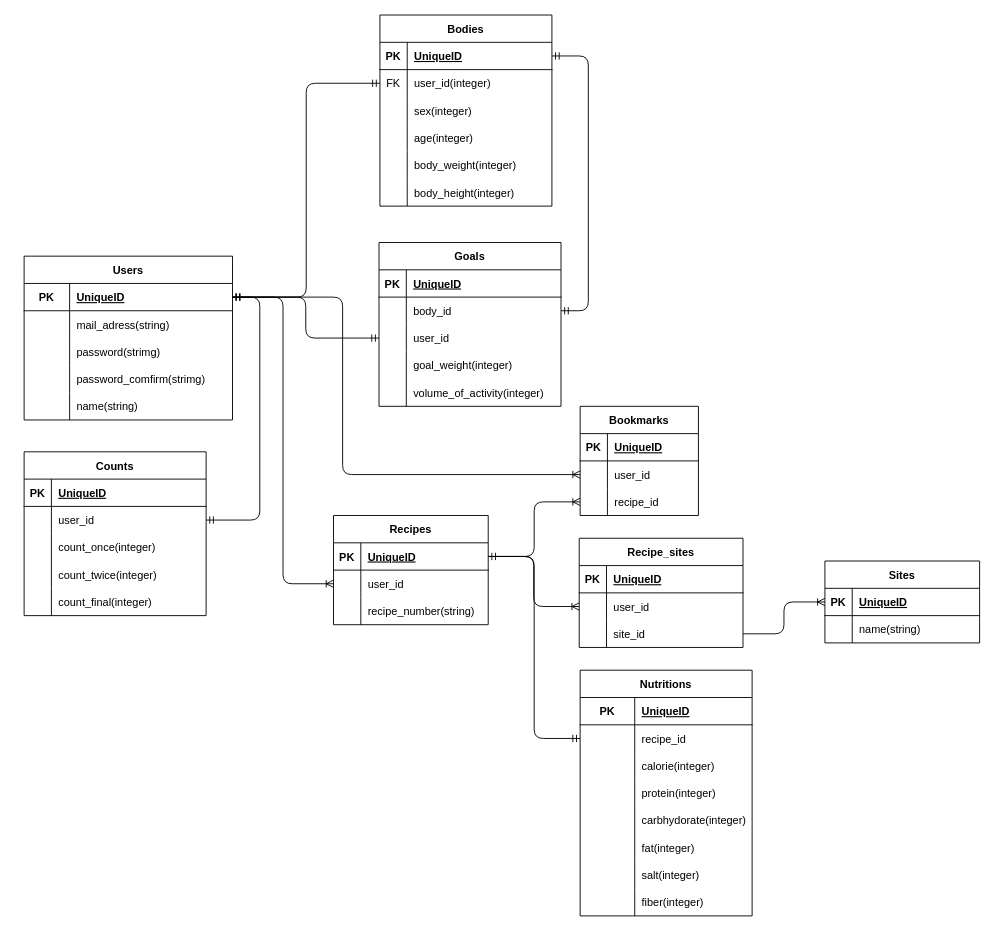
This is slatrition.drawio from shinotaku1997/slatrition, a draw.io file, before an edit. Source tidied: cells renumbered, new cells numbered last; positions are measured from the earlier drawing's top-left corner, leaving out a move shared by most shapes. Both pictures are drawn from the tidied source at 91%, with x=0, y=0 at pixel (24, 15).
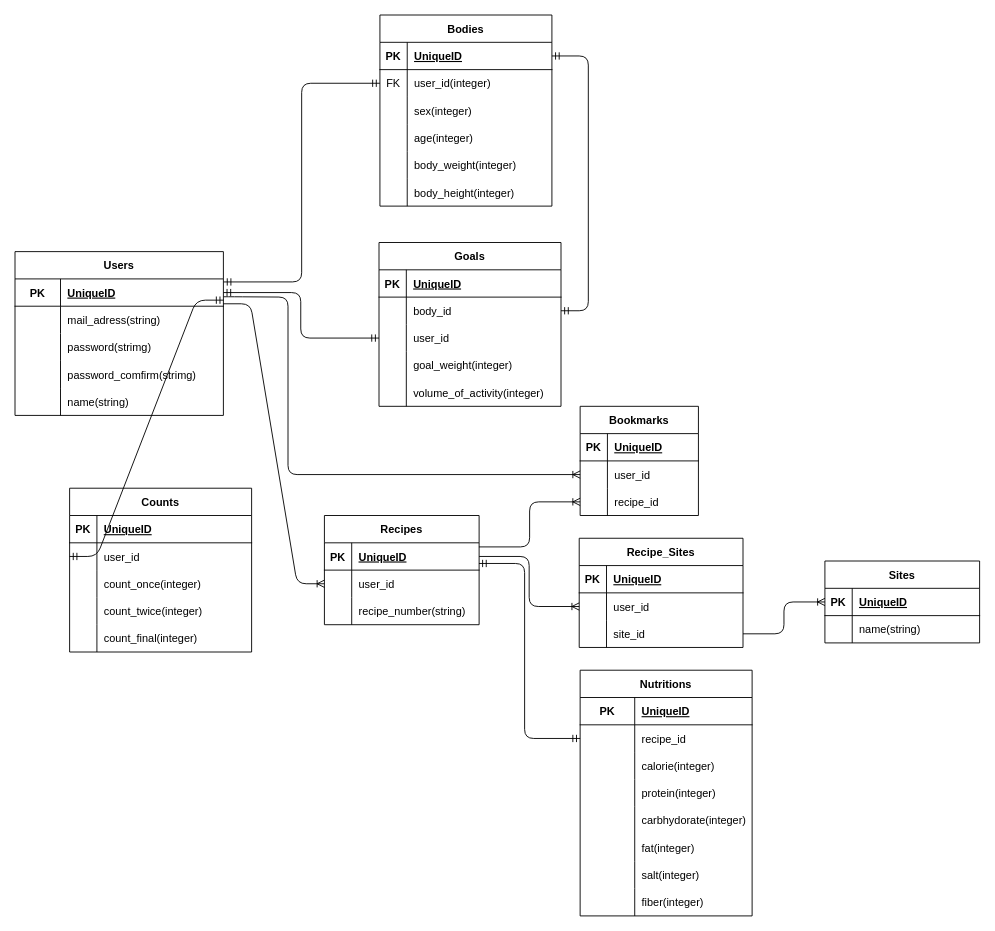
The same page after the edit.

Commit message:
キャメルケースに修正

Unchanged cells that the change refers to:
```xml
<mxCell id="3" style="shape=tableRow;horizontal=0;startSize=0;swimlaneHead=0;swimlaneBody=0;fillColor=none;points=[[0,0.5],[1,0.5]];portConstraint=eastwest;top=0;left=0;right=0;bottom=1;" parent="2" vertex="1">
  <mxGeometry y="30" width="229" height="30" as="geometry" />
</mxCell>
<mxCell id="22" style="shape=tableRow;horizontal=0;startSize=0;swimlaneHead=0;swimlaneBody=0;fillColor=none;points=[[0,0.5],[1,0.5]];portConstraint=eastwest;top=0;left=0;right=0;bottom=0;" parent="18" vertex="1">
  <mxGeometry y="60" width="189" height="30" as="geometry" />
</mxCell>
<mxCell id="41" style="shape=tableRow;horizontal=0;startSize=0;swimlaneHead=0;swimlaneBody=0;fillColor=none;points=[[0,0.5],[1,0.5]];portConstraint=eastwest;top=0;left=0;right=0;bottom=0;" parent="37" vertex="1">
  <mxGeometry y="60" width="130" height="30" as="geometry" />
</mxCell>
<mxCell id="44" style="shape=tableRow;horizontal=0;startSize=0;swimlaneHead=0;swimlaneBody=0;fillColor=none;points=[[0,0.5],[1,0.5]];portConstraint=eastwest;top=0;left=0;right=0;bottom=0;" parent="37" vertex="1">
  <mxGeometry y="90" width="130" height="30" as="geometry" />
</mxCell>
<mxCell id="54" style="shape=tableRow;horizontal=0;startSize=0;swimlaneHead=0;swimlaneBody=0;fillColor=none;points=[[0,0.5],[1,0.5]];portConstraint=eastwest;top=0;left=0;right=0;bottom=0;" parent="47" vertex="1">
  <mxGeometry y="90" width="200" height="30" as="geometry" />
</mxCell>
<mxCell id="64" style="shape=tableRow;horizontal=0;startSize=0;swimlaneHead=0;swimlaneBody=0;fillColor=none;points=[[0,0.5],[1,0.5]];portConstraint=eastwest;top=0;left=0;right=0;bottom=1;" parent="63" vertex="1">
  <mxGeometry y="30" width="170" height="30" as="geometry" />
</mxCell>
<mxCell id="67" style="shape=tableRow;horizontal=0;startSize=0;swimlaneHead=0;swimlaneBody=0;fillColor=none;points=[[0,0.5],[1,0.5]];portConstraint=eastwest;top=0;left=0;right=0;bottom=0;" parent="63" vertex="1">
  <mxGeometry y="60" width="170" height="30" as="geometry" />
</mxCell>
<mxCell id="77" style="shape=tableRow;horizontal=0;startSize=0;swimlaneHead=0;swimlaneBody=0;fillColor=none;points=[[0,0.5],[1,0.5]];portConstraint=eastwest;top=0;left=0;right=0;bottom=0;" parent="73" vertex="1">
  <mxGeometry y="60" width="200" height="30" as="geometry" />
</mxCell>
<mxCell id="93" style="shape=tableRow;horizontal=0;startSize=0;swimlaneHead=0;swimlaneBody=0;fillColor=none;points=[[0,0.5],[1,0.5]];portConstraint=eastwest;top=0;left=0;right=0;bottom=0;" parent="89" vertex="1">
  <mxGeometry y="60" width="189" height="30" as="geometry" />
</mxCell>
<mxCell id="132" style="shape=tableRow;horizontal=0;startSize=0;swimlaneHead=0;swimlaneBody=0;fillColor=none;points=[[0,0.5],[1,0.5]];portConstraint=eastwest;top=0;left=0;right=0;bottom=0;" parent="128" vertex="1">
  <mxGeometry y="60" width="180" height="30" as="geometry" />
</mxCell>
```

Change to the diagram source:
```diff
@@
     <mxCell id="2" value="Users" style="shape=table;startSize=30;childLayout=tableLayout;rowLines=0;fontStyle=1;align=center;" parent="1" vertex="1">
-      <mxGeometry y="265" width="229" height="180" as="geometry" />
+      <mxGeometry x="-10" y="260" width="229" height="180" as="geometry" />
     </mxCell>
@@
     <mxCell id="63" value="Recipes" style="shape=table;startSize=30;childLayout=tableLayout;rowLines=0;fontStyle=1;align=center;" parent="1" vertex="1">
-      <mxGeometry x="340" y="550" width="170" height="120" as="geometry" />
+      <mxGeometry x="330" y="550" width="170" height="120" as="geometry" />
     </mxCell>
@@
     <mxCell id="73" value="Counts" style="shape=table;startSize=30;childLayout=tableLayout;rowLines=0;fontStyle=1;align=center;" parent="1" vertex="1">
-      <mxGeometry y="480" width="200" height="180" as="geometry" />
+      <mxGeometry x="50" y="520" width="200" height="180" as="geometry" />
     </mxCell>
@@
-    <mxCell id="121" style="edgeStyle=entityRelationEdgeStyle;fontSize=12;html=1;endArrow=ERmandOne;startArrow=ERmandOne;exitX=1;exitY=0.5;exitDx=0;exitDy=0;" parent="1" edge="1" source="77" target="3">
+    <mxCell id="121" style="edgeStyle=entityRelationEdgeStyle;fontSize=12;html=1;endArrow=ERmandOne;startArrow=ERmandOne;exitX=0;exitY=0.5;exitDx=0;exitDy=0;entryX=1.001;entryY=0.778;entryDx=0;entryDy=0;entryPerimeter=0;" parent="1" edge="1" source="77" target="3">
       <mxGeometry relative="1" as="geometry" />
     </mxCell>
-    <mxCell id="122" style="edgeStyle=orthogonalEdgeStyle;fontSize=12;html=1;endArrow=ERoneToMany;exitX=1;exitY=0.5;exitDx=0;exitDy=0;entryX=0;entryY=0.5;entryDx=0;entryDy=0;" parent="1" edge="1" source="3" target="67">
-      <mxGeometry relative="1" as="geometry" />
-    </mxCell>
-    <mxCell id="123" style="edgeStyle=orthogonalEdgeStyle;fontSize=12;html=1;endArrow=ERmandOne;startArrow=ERmandOne;exitX=1;exitY=0.5;exitDx=0;exitDy=0;entryX=0;entryY=0.5;entryDx=0;entryDy=0;" parent="1" edge="1" source="3" target="22">
+    <mxCell id="123" style="edgeStyle=orthogonalEdgeStyle;fontSize=12;html=1;endArrow=ERmandOne;startArrow=ERmandOne;entryX=0;entryY=0.5;entryDx=0;entryDy=0;exitX=1.001;exitY=0.111;exitDx=0;exitDy=0;exitPerimeter=0;" parent="1" edge="1" source="3" target="22">
       <mxGeometry relative="1" as="geometry" />
     </mxCell>
-    <mxCell id="124" style="edgeStyle=orthogonalEdgeStyle;fontSize=12;html=1;endArrow=ERmandOne;startArrow=ERmandOne;exitX=1;exitY=0.5;exitDx=0;exitDy=0;entryX=0;entryY=0.5;entryDx=0;entryDy=0;" parent="1" edge="1" source="3" target="54">
-      <mxGeometry relative="1" as="geometry" />
+    <mxCell id="124" style="edgeStyle=orthogonalEdgeStyle;fontSize=12;html=1;endArrow=ERmandOne;startArrow=ERmandOne;entryX=0;entryY=0.5;entryDx=0;entryDy=0;exitX=1;exitY=0.5;exitDx=0;exitDy=0;" parent="1" edge="1" source="3" target="54">
+      <mxGeometry relative="1" as="geometry">
+        <Array as="points">
+          <mxPoint x="304" y="305" />
+          <mxPoint x="304" y="355" />
+        </Array>
+      </mxGeometry>
     </mxCell>
@@
-    <mxCell id="126" style="edgeStyle=orthogonalEdgeStyle;fontSize=12;html=1;endArrow=ERmandOne;startArrow=ERmandOne;entryX=0;entryY=0.5;entryDx=0;entryDy=0;exitX=1;exitY=0.5;exitDx=0;exitDy=0;" parent="1" edge="1" source="64" target="93">
-      <mxGeometry relative="1" as="geometry" />
+    <mxCell id="126" style="edgeStyle=orthogonalEdgeStyle;fontSize=12;html=1;endArrow=ERmandOne;startArrow=ERmandOne;entryX=0;entryY=0.5;entryDx=0;entryDy=0;exitX=0.999;exitY=0.757;exitDx=0;exitDy=0;exitPerimeter=0;" parent="1" edge="1" source="64" target="93">
+      <mxGeometry relative="1" as="geometry">
+        <Array as="points">
+          <mxPoint x="550" y="603" />
+          <mxPoint x="550" y="795" />
+        </Array>
+      </mxGeometry>
     </mxCell>
-    <mxCell id="127" style="edgeStyle=orthogonalEdgeStyle;fontSize=12;html=1;endArrow=ERoneToMany;entryX=0;entryY=0.5;entryDx=0;entryDy=0;exitX=1;exitY=0.5;exitDx=0;exitDy=0;" parent="1" edge="1" source="64" target="132">
+    <mxCell id="127" style="edgeStyle=orthogonalEdgeStyle;fontSize=12;html=1;endArrow=ERoneToMany;entryX=0;entryY=0.5;entryDx=0;entryDy=0;" parent="1" edge="1" source="64" target="132">
       <mxGeometry relative="1" as="geometry" />
     </mxCell>
-    <mxCell id="128" value="Recipe_sites" style="shape=table;startSize=30;childLayout=tableLayout;rowLines=0;fontStyle=1;align=center;" parent="1" vertex="1">
+    <mxCell id="128" value="Recipe_Sites" style="shape=table;startSize=30;childLayout=tableLayout;rowLines=0;fontStyle=1;align=center;" parent="1" vertex="1">
       <mxGeometry x="610" y="575" width="180" height="120" as="geometry" />
     </mxCell>
@@
-    <mxCell id="139" style="edgeStyle=orthogonalEdgeStyle;fontSize=12;html=1;endArrow=ERoneToMany;entryX=0;entryY=0.5;entryDx=0;entryDy=0;exitX=1;exitY=0.5;exitDx=0;exitDy=0;" parent="1" edge="1" source="64" target="44">
+    <mxCell id="139" style="edgeStyle=orthogonalEdgeStyle;fontSize=12;html=1;endArrow=ERoneToMany;entryX=0;entryY=0.5;entryDx=0;entryDy=0;exitX=0.999;exitY=0.15;exitDx=0;exitDy=0;exitPerimeter=0;" parent="1" edge="1" source="64" target="44">
       <mxGeometry relative="1" as="geometry" />
     </mxCell>
-    <mxCell id="140" style="edgeStyle=orthogonalEdgeStyle;fontSize=12;html=1;endArrow=ERoneToMany;entryX=0;entryY=0.5;entryDx=0;entryDy=0;" parent="1" edge="1" source="3" target="41">
+    <mxCell id="140" style="edgeStyle=orthogonalEdgeStyle;fontSize=12;html=1;endArrow=ERoneToMany;entryX=0;entryY=0.5;entryDx=0;entryDy=0;exitX=1.001;exitY=0.654;exitDx=0;exitDy=0;exitPerimeter=0;" parent="1" edge="1" source="3" target="41">
       <mxGeometry relative="1" as="geometry">
         <Array as="points">
-          <mxPoint x="350" y="310" />
-          <mxPoint x="350" y="505" />
+          <mxPoint x="230" y="310" />
+          <mxPoint x="290" y="310" />
+          <mxPoint x="290" y="505" />
         </Array>
       </mxGeometry>
     </mxCell>
+    <mxCell id="122" style="edgeStyle=entityRelationEdgeStyle;fontSize=12;html=1;endArrow=ERoneToMany;exitX=0.999;exitY=0.911;exitDx=0;exitDy=0;exitPerimeter=0;entryX=0;entryY=0.5;entryDx=0;entryDy=0;" parent="1" edge="1" source="3" target="67">
+      <mxGeometry relative="1" as="geometry" />
+    </mxCell>
```
